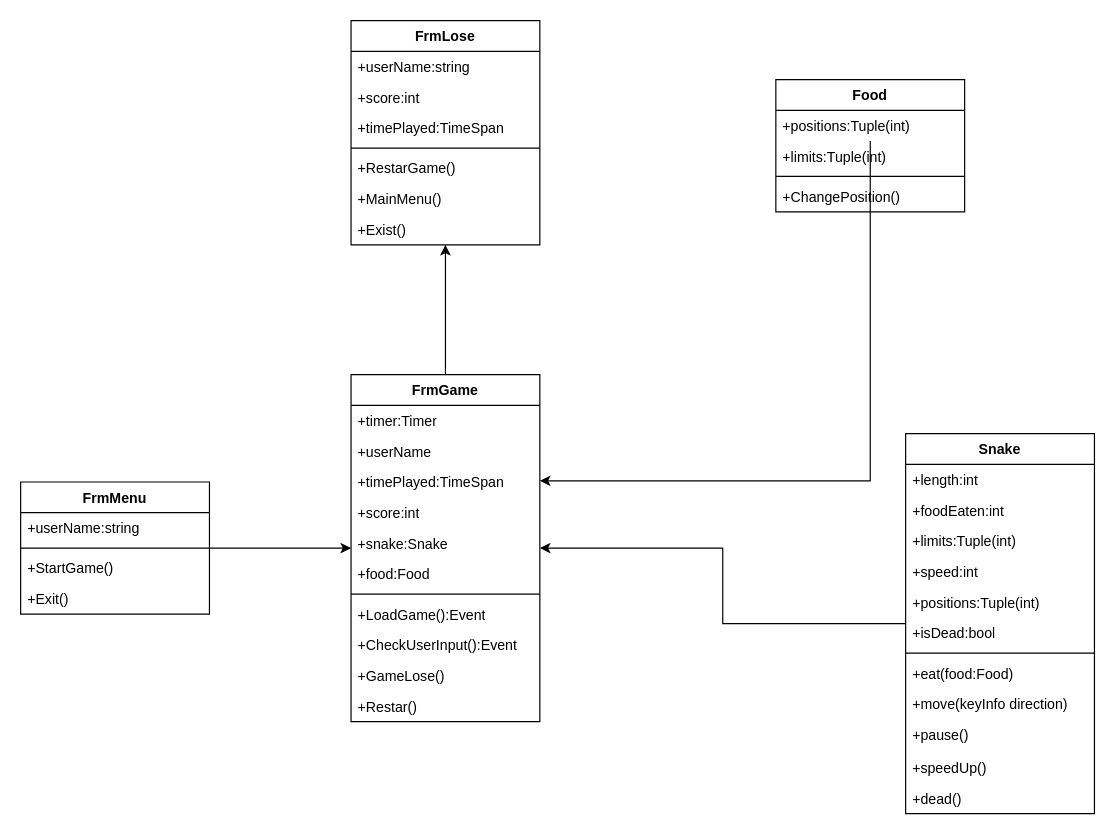
estebanpc1234/JuegoCulebritaWindowsForms-Bootcamp keeps this draw.io diagram as JuegoSerpienteDiagramaEntidades.drawio. Above is the earlier version. Source tidied: cells renumbered, new cells numbered last; positions are measured from the earlier drawing's top-left corner, leaving out a move shared by most shapes. Both pictures are drawn from the tidied source at 118%, with x=0, y=0 at pixel (20, 20).
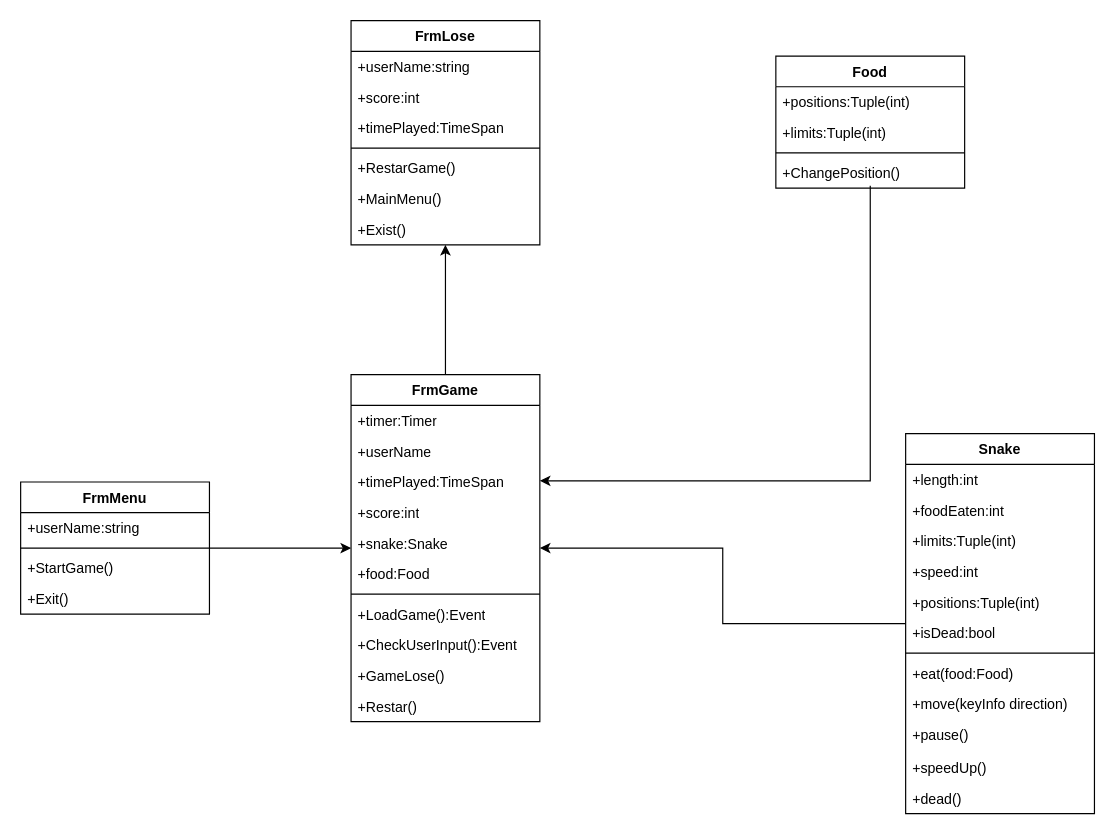
After the change.

The change refers to these unchanged cells:
```xml
<mxCell id="9" value="FrmGame" style="swimlane;fontStyle=1;align=center;verticalAlign=top;horizontal=1;startSize=26;whiteSpace=wrap;html=1;" parent="1" vertex="1">
  <mxGeometry x="280" y="300" width="160" height="294" as="geometry" />
</mxCell>
<mxCell id="36" value="+positions:Tuple(int)" style="text;strokeColor=none;fillColor=none;align=left;verticalAlign=top;spacingLeft=4;spacingRight=4;overflow=hidden;points=[[0,0.5],[1,0.5]];portConstraint=eastwest;whiteSpace=wrap;html=1;" parent="35" vertex="1">
  <mxGeometry y="26" width="160" height="26" as="geometry" />
</mxCell>
```

What changed in the source:
```diff
@@
     <mxCell id="35" value="Food" style="swimlane;fontStyle=1;align=center;verticalAlign=top;horizontal=1;startSize=26;whiteSpace=wrap;html=1;" parent="1" vertex="1">
-      <mxGeometry x="640" y="50" width="160" height="112" as="geometry" />
+      <mxGeometry x="640" y="30" width="160" height="112" as="geometry" />
     </mxCell>
@@
-    <mxCell id="48" style="edgeStyle=orthogonalEdgeStyle;rounded=0;jettySize=auto;html=1;" parent="1" edge="1" source="36" target="9">
+    <mxCell id="48" style="edgeStyle=orthogonalEdgeStyle;rounded=0;jettySize=auto;html=1;" parent="1" edge="1" target="9">
       <mxGeometry relative="1" as="geometry">
+        <mxPoint x="720" y="140" as="sourcePoint" />
         <Array as="points">
           <mxPoint x="720" y="390" />
         </Array>
       </mxGeometry>
     </mxCell>
```
